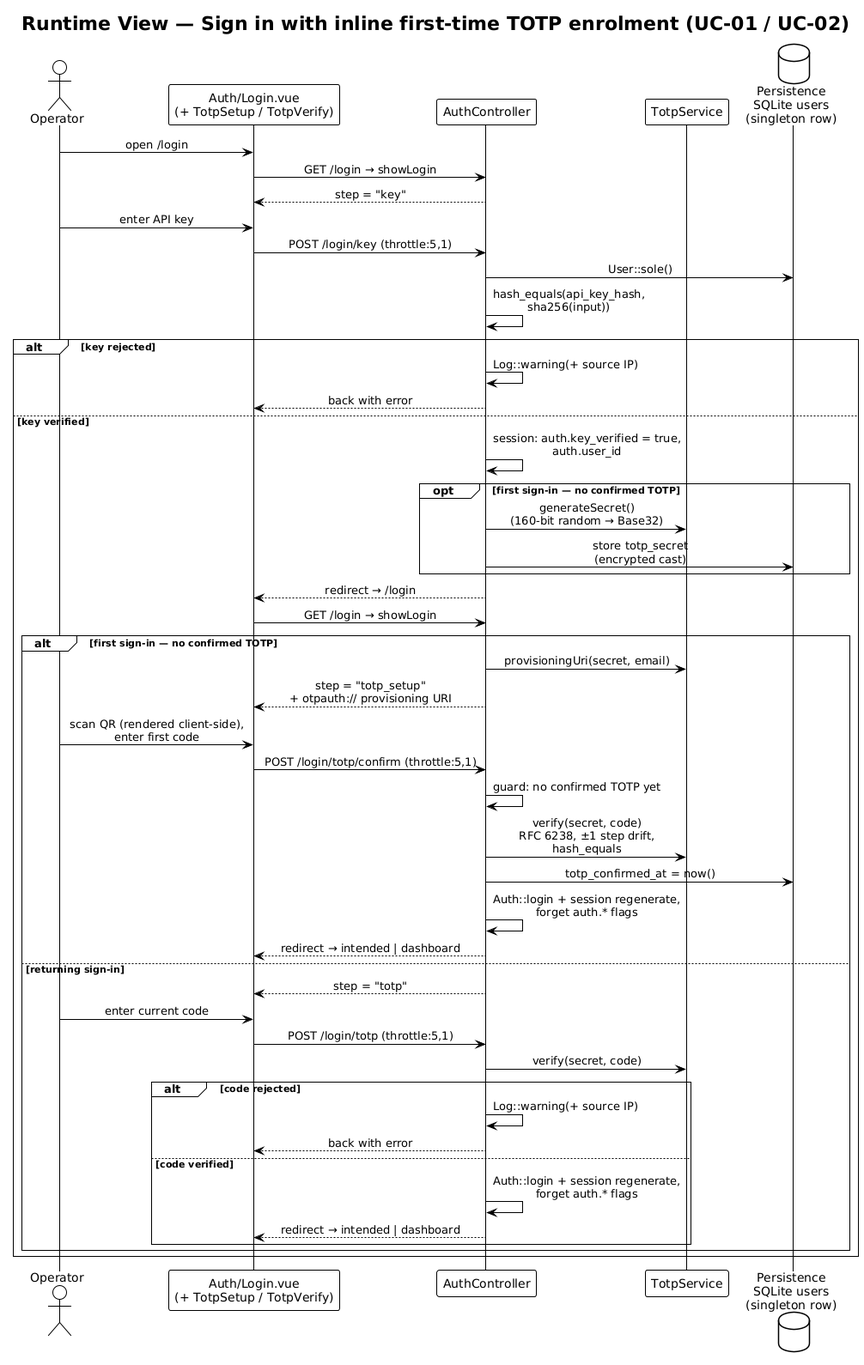
Earlier version of the PlantUML export docs/arch/diagrams-png/a06-sign-in.png (carstenlucke/herold).
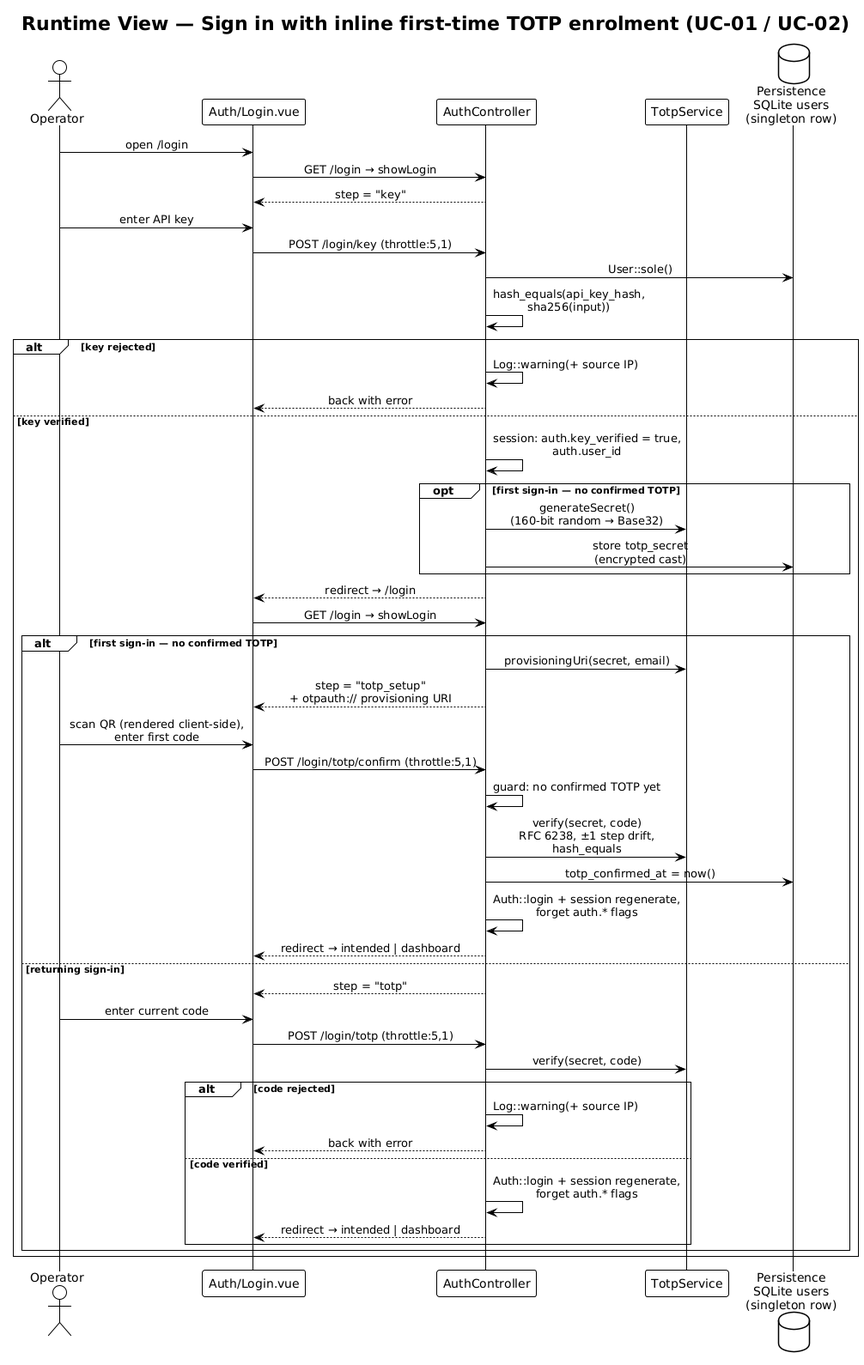
The same file after the commit.

Commit message:
refactor(auth): remove unused TOTP setup endpoint and dead auth pages

What changed in the source:
```diff
@@ -5,7 +5,7 @@
 title Runtime View — Sign in with inline first-time TOTP enrolment (UC-01 / UC-02)
 
 actor Operator as op
-participant "Auth/Login.vue\n(+ TotpSetup / TotpVerify)" as ui
+participant "Auth/Login.vue" as ui
 participant "AuthController" as auth
 participant "TotpService" as totp
 database "Persistence\nSQLite users\n(singleton row)" as db
```
